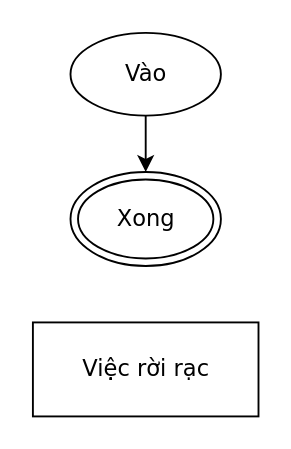
Before: conformance/golden/flowchart/07-rest-section.drawio in luytbq/flowcast, a draw.io diagram. Source tidied: cells renumbered, new cells numbered last; positions are measured from the earlier drawing's top-left corner, leaving out a move shared by most shapes. Both pictures are drawn from the tidied source at 188%, with x=0, y=0 at pixel (32, 32).
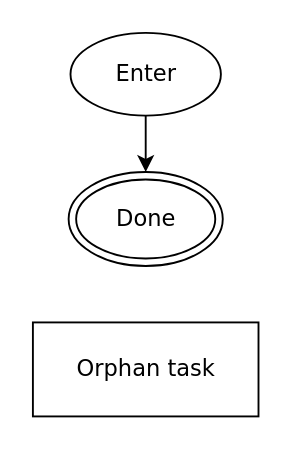
After the change.

Diff of the diagram source:
```diff
@@
 <mxGraphModel>
   <root>
     <mxCell id="0" />
     <mxCell id="1" parent="0" />
-    <mxCell id="2" value="Vào" style="ellipse;html=1;fontFamily=Verdana;fontSize=12;flowtable=1;" parent="1" vertex="1">
+    <mxCell id="2" value="Enter" style="ellipse;html=1;fontFamily=Verdana;fontSize=12;flowtable=1;" parent="1" vertex="1">
       <mxGeometry x="20" width="80" height="44" as="geometry" />
     </mxCell>
-    <mxCell id="3" value="Xong" style="shape=doubleEllipse;html=1;fontFamily=Verdana;fontSize=12;flowtable=1;" parent="1" vertex="1">
-      <mxGeometry x="20" y="74" width="80" height="50" as="geometry" />
+    <mxCell id="3" value="Done" style="shape=doubleEllipse;html=1;fontFamily=Verdana;fontSize=12;flowtable=1;" parent="1" vertex="1">
+      <mxGeometry x="19" y="74" width="82" height="50" as="geometry" />
     </mxCell>
-    <mxCell id="4" value="Việc rời rạc" style="rounded=0;html=1;fontFamily=Verdana;fontSize=12;flowtable=1;" parent="1" vertex="1">
+    <mxCell id="4" value="Orphan task" style="rounded=0;html=1;fontFamily=Verdana;fontSize=12;flowtable=1;" parent="1" vertex="1">
       <mxGeometry y="154" width="120" height="50" as="geometry" />
     </mxCell>
     <mxCell id="5" style="edgeStyle=orthogonalEdgeStyle;rounded=0;jettySize=auto;html=1;labelBackgroundColor=default;exitX=0.5;exitY=1;exitDx=0;exitDy=0;entryX=0.5;entryY=0;entryDx=0;entryDy=0;fontFamily=Verdana;fontSize=12;flowtable=1;" parent="1" edge="1" source="2" target="3">
       <mxGeometry relative="1" as="geometry" />
     </mxCell>
   </root>
 </mxGraphModel>
```
